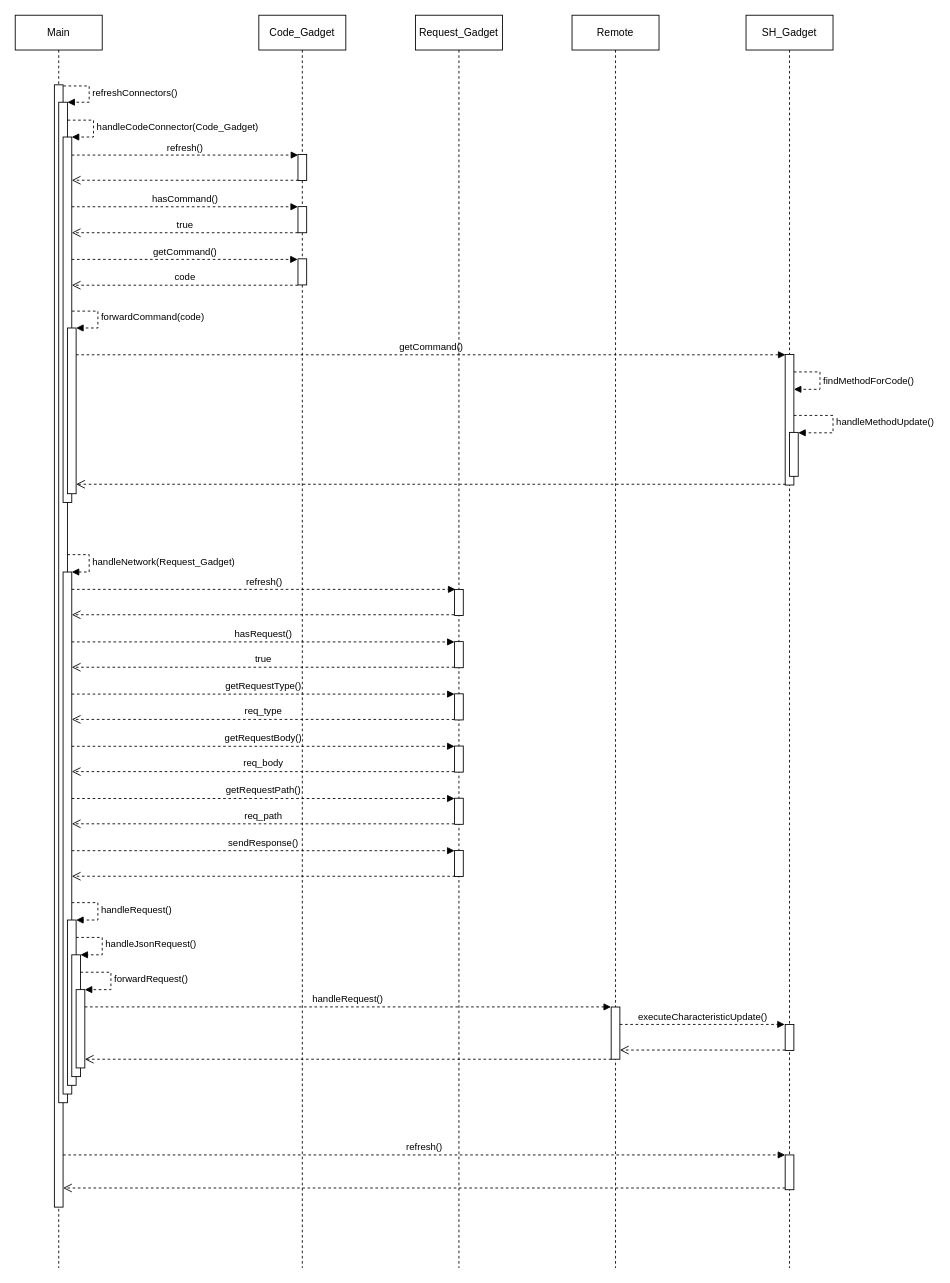
johannesgrothe/Smarthome_ESP32 keeps this draw.io diagram as page "Sequence Diagram" (2 of 4) of uml.drawio. Above is the earlier version. Source tidied: cells renumbered, new cells numbered last; positions are measured from the earlier drawing's top-left corner, leaving out a move shared by most shapes. Both pictures are drawn from the tidied source at 87%, with x=0, y=0 at pixel (15, 15).
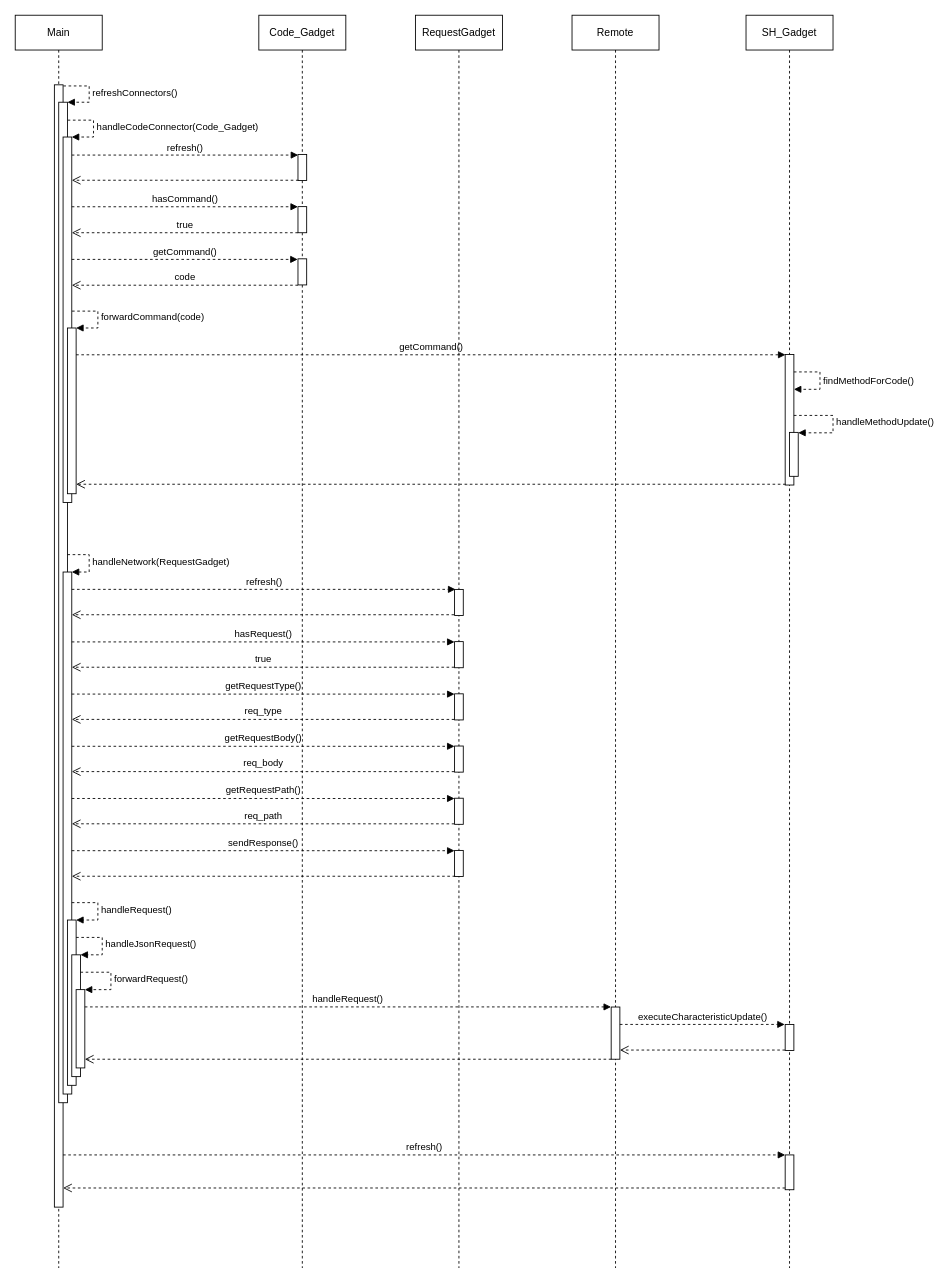
The same diagram, later.

The change refers to these unchanged cells:
```xml
<mxCell id="27" style="html=1;points=[];perimeter=orthogonalPerimeter;" parent="1" vertex="1">
  <mxGeometry x="55" y="640" width="10" height="600" as="geometry" />
</mxCell>
```

Diff of the diagram source:
```diff
@@
-    <mxCell id="28" value="handleNetwork(Request_Gadget)" style="edgeStyle=orthogonalEdgeStyle;html=1;align=left;spacingLeft=2;endArrow=block;rounded=0;entryX=1;entryY=0;dashed=1;" parent="1" edge="1" target="27">
+    <mxCell id="28" value="handleNetwork(RequestGadget)" style="edgeStyle=orthogonalEdgeStyle;html=1;align=left;spacingLeft=2;endArrow=block;rounded=0;entryX=1;entryY=0;dashed=1;" parent="1" edge="1" target="27">
       <mxGeometry relative="1" as="geometry">
         <mxPoint x="60" y="620" as="sourcePoint" />
         <Array as="points">
           <mxPoint x="85" y="620" />
           <mxPoint x="85" y="640" />
         </Array>
       </mxGeometry>
     </mxCell>
-    <mxCell id="29" value="Request_Gadget" style="shape=umlLifeline;perimeter=lifelinePerimeter;whiteSpace=wrap;html=1;" parent="1" vertex="1">
+    <mxCell id="29" value="RequestGadget" style="shape=umlLifeline;perimeter=lifelinePerimeter;whiteSpace=wrap;html=1;" parent="1" vertex="1">
       <mxGeometry x="460" width="100" height="1440" as="geometry" />
     </mxCell>
```
